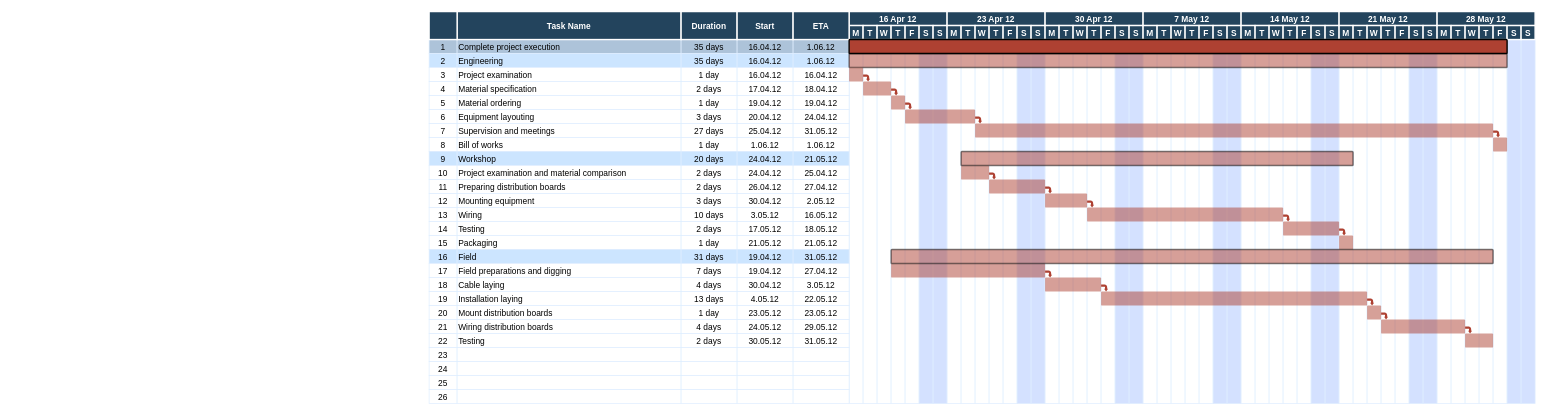
The draw.io diagram UML/SW ENG course/Gantt chart.drawio in DeveloperLauri/UML-charts-draw.io, before the edit. Source tidied: cells renumbered, new cells numbered last; positions are measured from the earlier drawing's top-left corner, leaving out a move shared by most shapes. Both pictures are drawn from the tidied source at 70%, with x=0, y=0 at pixel (428, 11).
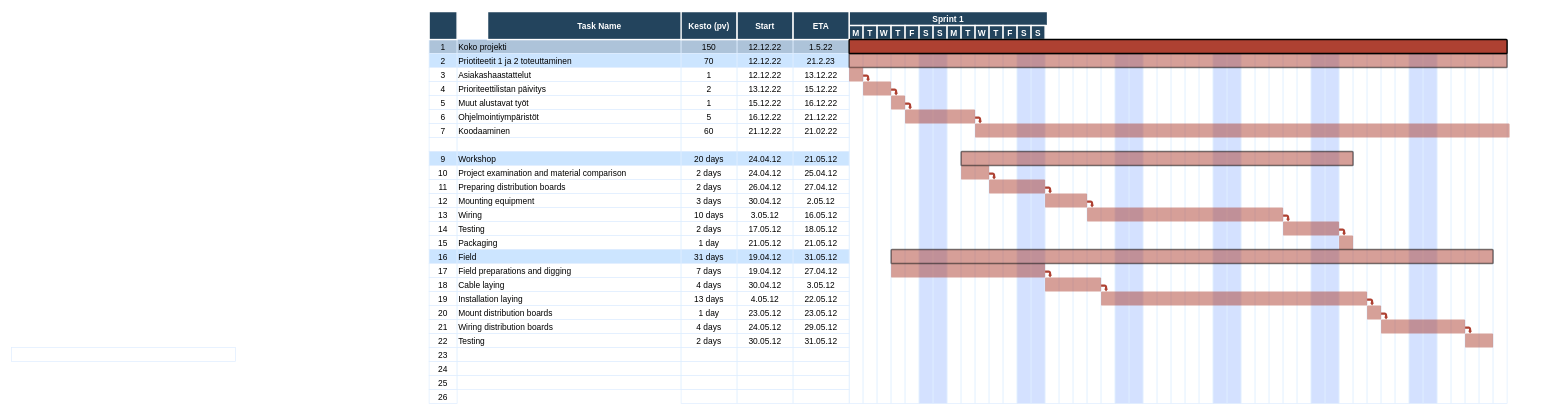
The same diagram, later.

Change to the diagram source:
```diff
@@
-    <mxCell id="3" value="Complete project execution" style="align=left;strokeColor=#DEEDFF;fillColor=#ADC3D9;" parent="1" vertex="1">
+    <mxCell id="3" value="Koko projekti" style="align=left;strokeColor=#DEEDFF;fillColor=#ADC3D9;" parent="1" vertex="1">
       <mxGeometry x="40.5" y="40" width="320" height="20" as="geometry" />
     </mxCell>
-    <mxCell id="4" value="35 days" style="strokeColor=#DEEDFF;fillColor=#ADC3D9;" parent="1" vertex="1">
+    <mxCell id="4" value="150" style="strokeColor=#DEEDFF;fillColor=#ADC3D9;" parent="1" vertex="1">
       <mxGeometry x="360.5" y="40" width="80" height="20" as="geometry" />
     </mxCell>
-    <mxCell id="5" value="16.04.12" style="strokeColor=#DEEDFF;fillColor=#ADC3D9;" parent="1" vertex="1">
+    <mxCell id="5" value="12.12.22" style="strokeColor=#DEEDFF;fillColor=#ADC3D9;" parent="1" vertex="1">
       <mxGeometry x="440.5" y="40" width="80" height="20" as="geometry" />
     </mxCell>
-    <mxCell id="6" value="1.06.12" style="strokeColor=#DEEDFF;fillColor=#ADC3D9;" parent="1" vertex="1">
+    <mxCell id="6" value="1.5.22" style="strokeColor=#DEEDFF;fillColor=#ADC3D9;" parent="1" vertex="1">
       <mxGeometry x="520.5" y="40" width="80" height="20" as="geometry" />
     </mxCell>
@@
-    <mxCell id="9" value="Engineering" style="align=left;strokeColor=#DEEDFF;fillColor=#CCE5FF;" parent="1" vertex="1">
+    <mxCell id="9" value="Priotiteetit 1 ja 2 toteuttaminen" style="align=left;strokeColor=#DEEDFF;fillColor=#CCE5FF;" parent="1" vertex="1">
       <mxGeometry x="40.5" y="60" width="320" height="20" as="geometry" />
     </mxCell>
-    <mxCell id="10" value="35 days" style="strokeColor=#DEEDFF;fillColor=#CCE5FF;" parent="1" vertex="1">
+    <mxCell id="10" value="70" style="strokeColor=#DEEDFF;fillColor=#CCE5FF;" parent="1" vertex="1">
       <mxGeometry x="360.5" y="60" width="80" height="20" as="geometry" />
     </mxCell>
-    <mxCell id="11" value="16.04.12" style="strokeColor=#DEEDFF;fillColor=#CCE5FF;" parent="1" vertex="1">
+    <mxCell id="11" value="12.12.22" style="strokeColor=#DEEDFF;fillColor=#CCE5FF;" parent="1" vertex="1">
       <mxGeometry x="440.5" y="60" width="80" height="20" as="geometry" />
     </mxCell>
-    <mxCell id="12" value="1.06.12" style="strokeColor=#DEEDFF;fillColor=#CCE5FF;" parent="1" vertex="1">
+    <mxCell id="12" value="21.2.23" style="strokeColor=#DEEDFF;fillColor=#CCE5FF;" parent="1" vertex="1">
       <mxGeometry x="520.5" y="60" width="80" height="20" as="geometry" />
     </mxCell>
@@
-    <mxCell id="14" value="Project examination" style="align=left;strokeColor=#DEEDFF;" parent="1" vertex="1">
+    <mxCell id="14" value="Asiakashaastattelut" style="align=left;strokeColor=#DEEDFF;" parent="1" vertex="1">
       <mxGeometry x="40.5" y="80" width="320" height="20" as="geometry" />
     </mxCell>
-    <mxCell id="15" value="1 day" style="strokeColor=#DEEDFF;" parent="1" vertex="1">
+    <mxCell id="15" value="1" style="strokeColor=#DEEDFF;" parent="1" vertex="1">
       <mxGeometry x="360.5" y="80" width="80" height="20" as="geometry" />
     </mxCell>
-    <mxCell id="16" value="16.04.12" style="strokeColor=#DEEDFF;" parent="1" vertex="1">
+    <mxCell id="16" value="12.12.22" style="strokeColor=#DEEDFF;" parent="1" vertex="1">
       <mxGeometry x="440.5" y="80" width="80" height="20" as="geometry" />
     </mxCell>
-    <mxCell id="17" value="16.04.12" style="strokeColor=#DEEDFF;" parent="1" vertex="1">
+    <mxCell id="17" value="13.12.22" style="strokeColor=#DEEDFF;" parent="1" vertex="1">
       <mxGeometry x="520.5" y="80" width="80" height="20" as="geometry" />
     </mxCell>
@@
-    <mxCell id="19" value="Material specification" style="align=left;strokeColor=#DEEDFF;" parent="1" vertex="1">
+    <mxCell id="19" value="Prioriteettilistan päivitys" style="align=left;strokeColor=#DEEDFF;" parent="1" vertex="1">
       <mxGeometry x="40.5" y="100" width="320" height="20" as="geometry" />
     </mxCell>
-    <mxCell id="20" value="2 days" style="strokeColor=#DEEDFF;" parent="1" vertex="1">
+    <mxCell id="20" value="2" style="strokeColor=#DEEDFF;" parent="1" vertex="1">
       <mxGeometry x="360.5" y="100" width="80" height="20" as="geometry" />
     </mxCell>
-    <mxCell id="21" value="17.04.12" style="strokeColor=#DEEDFF;" parent="1" vertex="1">
+    <mxCell id="21" value="13.12.22" style="strokeColor=#DEEDFF;" parent="1" vertex="1">
       <mxGeometry x="440.5" y="100" width="80" height="20" as="geometry" />
     </mxCell>
-    <mxCell id="22" value="18.04.12" style="strokeColor=#DEEDFF;" parent="1" vertex="1">
+    <mxCell id="22" value="15.12.22" style="strokeColor=#DEEDFF;" parent="1" vertex="1">
       <mxGeometry x="520.5" y="100" width="80" height="20" as="geometry" />
     </mxCell>
@@
-    <mxCell id="24" value="Material ordering" style="align=left;strokeColor=#DEEDFF;" parent="1" vertex="1">
+    <mxCell id="24" value="Muut alustavat työt" style="align=left;strokeColor=#DEEDFF;" parent="1" vertex="1">
       <mxGeometry x="40.5" y="120" width="320" height="20" as="geometry" />
     </mxCell>
-    <mxCell id="25" value="1 day" style="strokeColor=#DEEDFF;" parent="1" vertex="1">
+    <mxCell id="25" value="1" style="strokeColor=#DEEDFF;" parent="1" vertex="1">
       <mxGeometry x="360.5" y="120" width="80" height="20" as="geometry" />
     </mxCell>
-    <mxCell id="26" value="19.04.12" style="strokeColor=#DEEDFF;" parent="1" vertex="1">
+    <mxCell id="26" value="15.12.22" style="strokeColor=#DEEDFF;" parent="1" vertex="1">
       <mxGeometry x="440.5" y="120" width="80" height="20" as="geometry" />
     </mxCell>
-    <mxCell id="27" value="19.04.12" style="strokeColor=#DEEDFF;" parent="1" vertex="1">
+    <mxCell id="27" value="16.12.22" style="strokeColor=#DEEDFF;" parent="1" vertex="1">
       <mxGeometry x="520.5" y="120" width="80" height="20" as="geometry" />
     </mxCell>
@@
-    <mxCell id="29" value="Equipment layouting" style="align=left;strokeColor=#DEEDFF;" parent="1" vertex="1">
+    <mxCell id="29" value="Ohjelmointiympäristöt" style="align=left;strokeColor=#DEEDFF;" parent="1" vertex="1">
       <mxGeometry x="40.5" y="140" width="320" height="20" as="geometry" />
     </mxCell>
-    <mxCell id="30" value="3 days" style="strokeColor=#DEEDFF;" parent="1" vertex="1">
+    <mxCell id="30" value="5" style="strokeColor=#DEEDFF;" parent="1" vertex="1">
       <mxGeometry x="360.5" y="140" width="80" height="20" as="geometry" />
     </mxCell>
-    <mxCell id="31" value="20.04.12" style="strokeColor=#DEEDFF;" parent="1" vertex="1">
+    <mxCell id="31" value="16.12.22" style="strokeColor=#DEEDFF;" parent="1" vertex="1">
       <mxGeometry x="440.5" y="140" width="80" height="20" as="geometry" />
     </mxCell>
-    <mxCell id="32" value="24.04.12" style="strokeColor=#DEEDFF;" parent="1" vertex="1">
+    <mxCell id="32" value="21.12.22" style="strokeColor=#DEEDFF;" parent="1" vertex="1">
       <mxGeometry x="520.5" y="140" width="80" height="20" as="geometry" />
     </mxCell>
@@
-    <mxCell id="34" value="Supervision and meetings" style="align=left;strokeColor=#DEEDFF;" parent="1" vertex="1">
+    <mxCell id="34" value="Koodaaminen" style="align=left;strokeColor=#DEEDFF;" parent="1" vertex="1">
       <mxGeometry x="40.5" y="160" width="320" height="20" as="geometry" />
     </mxCell>
-    <mxCell id="35" value="27 days" style="strokeColor=#DEEDFF;" parent="1" vertex="1">
+    <mxCell id="35" value="60" style="strokeColor=#DEEDFF;" parent="1" vertex="1">
       <mxGeometry x="360.5" y="160" width="80" height="20" as="geometry" />
     </mxCell>
-    <mxCell id="36" value="25.04.12" style="strokeColor=#DEEDFF;" parent="1" vertex="1">
+    <mxCell id="36" value="21.12.22" style="strokeColor=#DEEDFF;" parent="1" vertex="1">
       <mxGeometry x="440.5" y="160" width="80" height="20" as="geometry" />
     </mxCell>
-    <mxCell id="37" value="31.05.12" style="strokeColor=#DEEDFF;" parent="1" vertex="1">
+    <mxCell id="37" value="21.02.22" style="strokeColor=#DEEDFF;" parent="1" vertex="1">
       <mxGeometry x="520.5" y="160" width="80" height="20" as="geometry" />
     </mxCell>
-    <mxCell id="38" value="8" style="strokeColor=#DEEDFF;" parent="1" vertex="1">
+    <mxCell id="38" style="strokeColor=#DEEDFF;" parent="1" vertex="1">
       <mxGeometry x="0.5" y="180" width="40" height="20" as="geometry" />
     </mxCell>
-    <mxCell id="39" value="Bill of works" style="align=left;strokeColor=#DEEDFF;" parent="1" vertex="1">
+    <mxCell id="39" style="align=left;strokeColor=#DEEDFF;" parent="1" vertex="1">
       <mxGeometry x="40.5" y="180" width="320" height="20" as="geometry" />
     </mxCell>
-    <mxCell id="40" value="1 day" style="strokeColor=#DEEDFF;" parent="1" vertex="1">
+    <mxCell id="40" style="strokeColor=#DEEDFF;" parent="1" vertex="1">
       <mxGeometry x="360.5" y="180" width="80" height="20" as="geometry" />
     </mxCell>
-    <mxCell id="41" value="1.06.12" style="strokeColor=#DEEDFF;" parent="1" vertex="1">
+    <mxCell id="41" style="strokeColor=#DEEDFF;" parent="1" vertex="1">
       <mxGeometry x="440.5" y="180" width="80" height="20" as="geometry" />
     </mxCell>
-    <mxCell id="42" value="1.06.12" style="strokeColor=#DEEDFF;" parent="1" vertex="1">
+    <mxCell id="42" style="strokeColor=#DEEDFF;" parent="1" vertex="1">
       <mxGeometry x="520.5" y="180" width="80" height="20" as="geometry" />
     </mxCell>
@@
     <mxCell id="129" style="align=left;strokeColor=#DEEDFF;" parent="1" vertex="1">
-      <mxGeometry x="40.5" y="540" width="320" height="20" as="geometry" />
+      <mxGeometry x="-596" y="480" width="320" height="20" as="geometry" />
     </mxCell>
@@
-    <mxCell id="179" style="strokeColor=#DEEDFF;fillColor=#D4E1FF;" parent="1" vertex="1">
-      <mxGeometry x="1540.5" y="40" width="20" height="520" as="geometry" />
-    </mxCell>
-    <mxCell id="180" style="strokeColor=#DEEDFF;fillColor=#D4E1FF;" parent="1" vertex="1">
-      <mxGeometry x="1560.5" y="40" width="20" height="520" as="geometry" />
-    </mxCell>
     <mxCell id="181" value="Task Name" style="fillColor=#23445D;strokeColor=#FFFFFF;strokeWidth=2;fontColor=#FFFFFF;fontStyle=1;" parent="1" vertex="1">
-      <mxGeometry x="40.5" width="320" height="40" as="geometry" />
+      <mxGeometry x="84" width="320" height="40" as="geometry" />
     </mxCell>
@@
-    <mxCell id="183" value="16 Apr 12" style="fillColor=#23445D;strokeColor=#FFFFFF;strokeWidth=2;fontColor=#FFFFFF;fontStyle=1;" parent="1" vertex="1">
-      <mxGeometry x="600.5" width="140" height="20" as="geometry" />
+    <mxCell id="183" value="Sprint 1" style="fillColor=#23445D;strokeColor=#FFFFFF;strokeWidth=2;fontColor=#FFFFFF;fontStyle=1;" parent="1" vertex="1">
+      <mxGeometry x="600.5" width="283.5" height="20" as="geometry" />
     </mxCell>
@@
-    <mxCell id="191" value="Duration" style="fillColor=#23445D;strokeColor=#FFFFFF;strokeWidth=2;fontColor=#FFFFFF;fontStyle=1;" parent="1" vertex="1">
+    <mxCell id="191" value="Kesto (pv)" style="fillColor=#23445D;strokeColor=#FFFFFF;strokeWidth=2;fontColor=#FFFFFF;fontStyle=1;" parent="1" vertex="1">
       <mxGeometry x="360.5" width="80" height="40" as="geometry" />
     </mxCell>
@@
-    <mxCell id="194" value="23 Apr 12" style="fillColor=#23445D;strokeColor=#FFFFFF;strokeWidth=2;fontColor=#FFFFFF;fontStyle=1;" parent="1" vertex="1">
-      <mxGeometry x="740.5" width="140" height="20" as="geometry" />
-    </mxCell>
@@
-    <mxCell id="202" value="30 Apr 12" style="fillColor=#23445D;strokeColor=#FFFFFF;strokeWidth=2;fontColor=#FFFFFF;fontStyle=1;" parent="1" vertex="1">
-      <mxGeometry x="880.5" width="140" height="20" as="geometry" />
-    </mxCell>
-    <mxCell id="203" value="M" style="fillColor=#23445D;strokeColor=#FFFFFF;strokeWidth=2;fontColor=#FFFFFF;fontStyle=1;" parent="1" vertex="1">
-      <mxGeometry x="880.5" y="20" width="20" height="20" as="geometry" />
-    </mxCell>
-    <mxCell id="204" value="T" style="fillColor=#23445D;strokeColor=#FFFFFF;strokeWidth=2;fontColor=#FFFFFF;fontStyle=1;" parent="1" vertex="1">
-      <mxGeometry x="900.5" y="20" width="20" height="20" as="geometry" />
-    </mxCell>
-    <mxCell id="205" value="W" style="fillColor=#23445D;strokeColor=#FFFFFF;strokeWidth=2;fontColor=#FFFFFF;fontStyle=1;" parent="1" vertex="1">
-      <mxGeometry x="920.5" y="20" width="20" height="20" as="geometry" />
-    </mxCell>
-    <mxCell id="206" value="T" style="fillColor=#23445D;strokeColor=#FFFFFF;strokeWidth=2;fontColor=#FFFFFF;fontStyle=1;" parent="1" vertex="1">
-      <mxGeometry x="940.5" y="20" width="20" height="20" as="geometry" />
-    </mxCell>
-    <mxCell id="207" value="F" style="fillColor=#23445D;strokeColor=#FFFFFF;strokeWidth=2;fontColor=#FFFFFF;fontStyle=1;" parent="1" vertex="1">
-      <mxGeometry x="960.5" y="20" width="20" height="20" as="geometry" />
-    </mxCell>
-    <mxCell id="208" value="S" style="fillColor=#23445D;strokeColor=#FFFFFF;strokeWidth=2;fontColor=#FFFFFF;fontStyle=1;" parent="1" vertex="1">
-      <mxGeometry x="980.5" y="20" width="20" height="20" as="geometry" />
-    </mxCell>
-    <mxCell id="209" value="S" style="fillColor=#23445D;strokeColor=#FFFFFF;strokeWidth=2;fontColor=#FFFFFF;fontStyle=1;" parent="1" vertex="1">
-      <mxGeometry x="1000.5" y="20" width="20" height="20" as="geometry" />
-    </mxCell>
-    <mxCell id="210" value="7 May 12" style="fillColor=#23445D;strokeColor=#FFFFFF;strokeWidth=2;fontColor=#FFFFFF;fontStyle=1;" parent="1" vertex="1">
-      <mxGeometry x="1020.5" width="140" height="20" as="geometry" />
-    </mxCell>
-    <mxCell id="211" value="M" style="fillColor=#23445D;strokeColor=#FFFFFF;strokeWidth=2;fontColor=#FFFFFF;fontStyle=1;" parent="1" vertex="1">
-      <mxGeometry x="1020.5" y="20" width="20" height="20" as="geometry" />
-    </mxCell>
-    <mxCell id="212" value="T" style="fillColor=#23445D;strokeColor=#FFFFFF;strokeWidth=2;fontColor=#FFFFFF;fontStyle=1;" parent="1" vertex="1">
-      <mxGeometry x="1040.5" y="20" width="20" height="20" as="geometry" />
-    </mxCell>
-    <mxCell id="213" value="W" style="fillColor=#23445D;strokeColor=#FFFFFF;strokeWidth=2;fontColor=#FFFFFF;fontStyle=1;" parent="1" vertex="1">
-      <mxGeometry x="1060.5" y="20" width="20" height="20" as="geometry" />
-    </mxCell>
-    <mxCell id="214" value="T" style="fillColor=#23445D;strokeColor=#FFFFFF;strokeWidth=2;fontColor=#FFFFFF;fontStyle=1;" parent="1" vertex="1">
-      <mxGeometry x="1080.5" y="20" width="20" height="20" as="geometry" />
-    </mxCell>
-    <mxCell id="215" value="F" style="fillColor=#23445D;strokeColor=#FFFFFF;strokeWidth=2;fontColor=#FFFFFF;fontStyle=1;" parent="1" vertex="1">
-      <mxGeometry x="1100.5" y="20" width="20" height="20" as="geometry" />
-    </mxCell>
-    <mxCell id="216" value="S" style="fillColor=#23445D;strokeColor=#FFFFFF;strokeWidth=2;fontColor=#FFFFFF;fontStyle=1;" parent="1" vertex="1">
-      <mxGeometry x="1120.5" y="20" width="20" height="20" as="geometry" />
-    </mxCell>
-    <mxCell id="217" value="S" style="fillColor=#23445D;strokeColor=#FFFFFF;strokeWidth=2;fontColor=#FFFFFF;fontStyle=1;" parent="1" vertex="1">
-      <mxGeometry x="1140.5" y="20" width="20" height="20" as="geometry" />
-    </mxCell>
-    <mxCell id="218" value="14 May 12" style="fillColor=#23445D;strokeColor=#FFFFFF;strokeWidth=2;fontColor=#FFFFFF;fontStyle=1;" parent="1" vertex="1">
-      <mxGeometry x="1160.5" width="140" height="20" as="geometry" />
-    </mxCell>
-    <mxCell id="219" value="M" style="fillColor=#23445D;strokeColor=#FFFFFF;strokeWidth=2;fontColor=#FFFFFF;fontStyle=1;" parent="1" vertex="1">
-      <mxGeometry x="1160.5" y="20" width="20" height="20" as="geometry" />
-    </mxCell>
-    <mxCell id="220" value="T" style="fillColor=#23445D;strokeColor=#FFFFFF;strokeWidth=2;fontColor=#FFFFFF;fontStyle=1;" parent="1" vertex="1">
-      <mxGeometry x="1180.5" y="20" width="20" height="20" as="geometry" />
-    </mxCell>
-    <mxCell id="221" value="W" style="fillColor=#23445D;strokeColor=#FFFFFF;strokeWidth=2;fontColor=#FFFFFF;fontStyle=1;" parent="1" vertex="1">
-      <mxGeometry x="1200.5" y="20" width="20" height="20" as="geometry" />
-    </mxCell>
-    <mxCell id="222" value="T" style="fillColor=#23445D;strokeColor=#FFFFFF;strokeWidth=2;fontColor=#FFFFFF;fontStyle=1;" parent="1" vertex="1">
-      <mxGeometry x="1220.5" y="20" width="20" height="20" as="geometry" />
-    </mxCell>
-    <mxCell id="223" value="F" style="fillColor=#23445D;strokeColor=#FFFFFF;strokeWidth=2;fontColor=#FFFFFF;fontStyle=1;" parent="1" vertex="1">
-      <mxGeometry x="1240.5" y="20" width="20" height="20" as="geometry" />
-    </mxCell>
-    <mxCell id="224" value="S" style="fillColor=#23445D;strokeColor=#FFFFFF;strokeWidth=2;fontColor=#FFFFFF;fontStyle=1;" parent="1" vertex="1">
-      <mxGeometry x="1260.5" y="20" width="20" height="20" as="geometry" />
-    </mxCell>
-    <mxCell id="225" value="S" style="fillColor=#23445D;strokeColor=#FFFFFF;strokeWidth=2;fontColor=#FFFFFF;fontStyle=1;" parent="1" vertex="1">
-      <mxGeometry x="1280.5" y="20" width="20" height="20" as="geometry" />
-    </mxCell>
-    <mxCell id="226" value="21 May 12" style="fillColor=#23445D;strokeColor=#FFFFFF;strokeWidth=2;fontColor=#FFFFFF;fontStyle=1;" parent="1" vertex="1">
-      <mxGeometry x="1300.5" width="140" height="20" as="geometry" />
-    </mxCell>
-    <mxCell id="227" value="M" style="fillColor=#23445D;strokeColor=#FFFFFF;strokeWidth=2;fontColor=#FFFFFF;fontStyle=1;" parent="1" vertex="1">
-      <mxGeometry x="1300.5" y="20" width="20" height="20" as="geometry" />
-    </mxCell>
-    <mxCell id="228" value="T" style="fillColor=#23445D;strokeColor=#FFFFFF;strokeWidth=2;fontColor=#FFFFFF;fontStyle=1;" parent="1" vertex="1">
-      <mxGeometry x="1320.5" y="20" width="20" height="20" as="geometry" />
-    </mxCell>
-    <mxCell id="229" value="W" style="fillColor=#23445D;strokeColor=#FFFFFF;strokeWidth=2;fontColor=#FFFFFF;fontStyle=1;" parent="1" vertex="1">
-      <mxGeometry x="1340.5" y="20" width="20" height="20" as="geometry" />
-    </mxCell>
-    <mxCell id="230" value="T" style="fillColor=#23445D;strokeColor=#FFFFFF;strokeWidth=2;fontColor=#FFFFFF;fontStyle=1;" parent="1" vertex="1">
-      <mxGeometry x="1360.5" y="20" width="20" height="20" as="geometry" />
-    </mxCell>
-    <mxCell id="231" value="F" style="fillColor=#23445D;strokeColor=#FFFFFF;strokeWidth=2;fontColor=#FFFFFF;fontStyle=1;" parent="1" vertex="1">
-      <mxGeometry x="1380.5" y="20" width="20" height="20" as="geometry" />
-    </mxCell>
-    <mxCell id="232" value="S" style="fillColor=#23445D;strokeColor=#FFFFFF;strokeWidth=2;fontColor=#FFFFFF;fontStyle=1;" parent="1" vertex="1">
-      <mxGeometry x="1400.5" y="20" width="20" height="20" as="geometry" />
-    </mxCell>
-    <mxCell id="233" value="S" style="fillColor=#23445D;strokeColor=#FFFFFF;strokeWidth=2;fontColor=#FFFFFF;fontStyle=1;" parent="1" vertex="1">
-      <mxGeometry x="1420.5" y="20" width="20" height="20" as="geometry" />
-    </mxCell>
-    <mxCell id="234" value="28 May 12" style="fillColor=#23445D;strokeColor=#FFFFFF;strokeWidth=2;fontColor=#FFFFFF;fontStyle=1;" parent="1" vertex="1">
-      <mxGeometry x="1440.5" width="140" height="20" as="geometry" />
-    </mxCell>
-    <mxCell id="235" value="M" style="fillColor=#23445D;strokeColor=#FFFFFF;strokeWidth=2;fontColor=#FFFFFF;fontStyle=1;" parent="1" vertex="1">
-      <mxGeometry x="1440.5" y="20" width="20" height="20" as="geometry" />
-    </mxCell>
-    <mxCell id="236" value="T" style="fillColor=#23445D;strokeColor=#FFFFFF;strokeWidth=2;fontColor=#FFFFFF;fontStyle=1;" parent="1" vertex="1">
-      <mxGeometry x="1460.5" y="20" width="20" height="20" as="geometry" />
-    </mxCell>
-    <mxCell id="237" value="W" style="fillColor=#23445D;strokeColor=#FFFFFF;strokeWidth=2;fontColor=#FFFFFF;fontStyle=1;" parent="1" vertex="1">
-      <mxGeometry x="1480.5" y="20" width="20" height="20" as="geometry" />
-    </mxCell>
-    <mxCell id="238" value="T" style="fillColor=#23445D;strokeColor=#FFFFFF;strokeWidth=2;fontColor=#FFFFFF;fontStyle=1;" parent="1" vertex="1">
-      <mxGeometry x="1500.5" y="20" width="20" height="20" as="geometry" />
-    </mxCell>
-    <mxCell id="239" value="F" style="fillColor=#23445D;strokeColor=#FFFFFF;strokeWidth=2;fontColor=#FFFFFF;fontStyle=1;" parent="1" vertex="1">
-      <mxGeometry x="1520.5" y="20" width="20" height="20" as="geometry" />
-    </mxCell>
-    <mxCell id="240" value="S" style="fillColor=#23445D;strokeColor=#FFFFFF;strokeWidth=2;fontColor=#FFFFFF;fontStyle=1;" parent="1" vertex="1">
-      <mxGeometry x="1540.5" y="20" width="20" height="20" as="geometry" />
-    </mxCell>
-    <mxCell id="241" value="S" style="fillColor=#23445D;strokeColor=#FFFFFF;strokeWidth=2;fontColor=#FFFFFF;fontStyle=1;" parent="1" vertex="1">
-      <mxGeometry x="1560.5" y="20" width="20" height="20" as="geometry" />
-    </mxCell>
@@
     <mxCell id="247" style="shape=mxgraph.flowchart.process;fillColor=#AE4132;strokeColor=none;strokeWidth=2;opacity=50;" parent="1" vertex="1">
-      <mxGeometry x="780.5" y="160" width="740" height="20" as="geometry" />
+      <mxGeometry x="780.5" y="160" width="763.5" height="20" as="geometry" />
     </mxCell>
-    <mxCell id="248" style="shape=mxgraph.flowchart.process;fillColor=#AE4132;strokeColor=none;strokeWidth=2;opacity=50;" parent="1" vertex="1">
-      <mxGeometry x="1520.5" y="180" width="20" height="20" as="geometry" />
-    </mxCell>
@@
-    <mxCell id="251" style="shape=mxgraph.arrows.bent_right_arrow;fillColor=#AE4132;strokeColor=none;strokeWidth=2;direction=south;" parent="1" vertex="1">
-      <mxGeometry x="1520.5" y="170" width="10" height="10" as="geometry" />
-    </mxCell>
```
